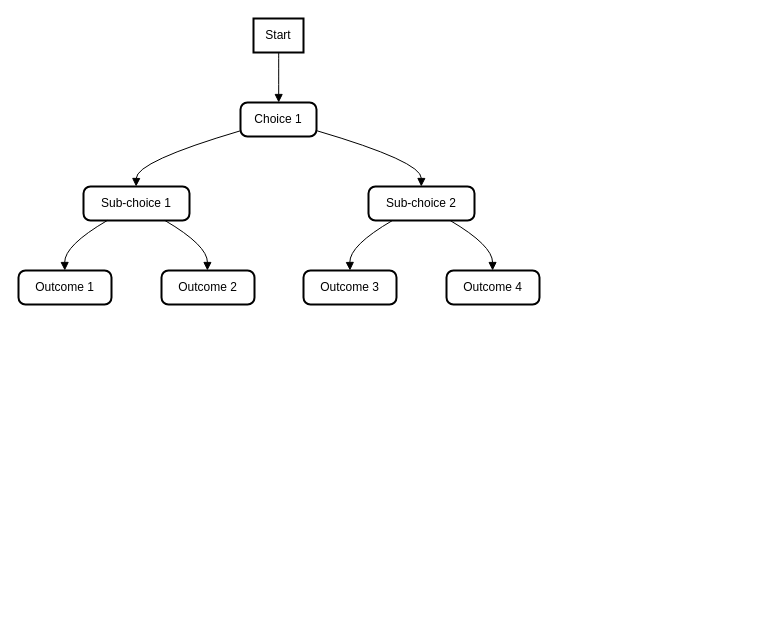
Before: Decision Tree for Taeko VG.drawio in lennasuzaka1988/Taeko-the-Shiba-Inu-Video-Game, a draw.io diagram. Source tidied: cells renumbered, new cells numbered last; positions are measured from the earlier drawing's top-left corner, leaving out a move shared by most shapes. Both pictures are drawn from the tidied source at 100%, with x=0, y=0 at pixel (18, 18).
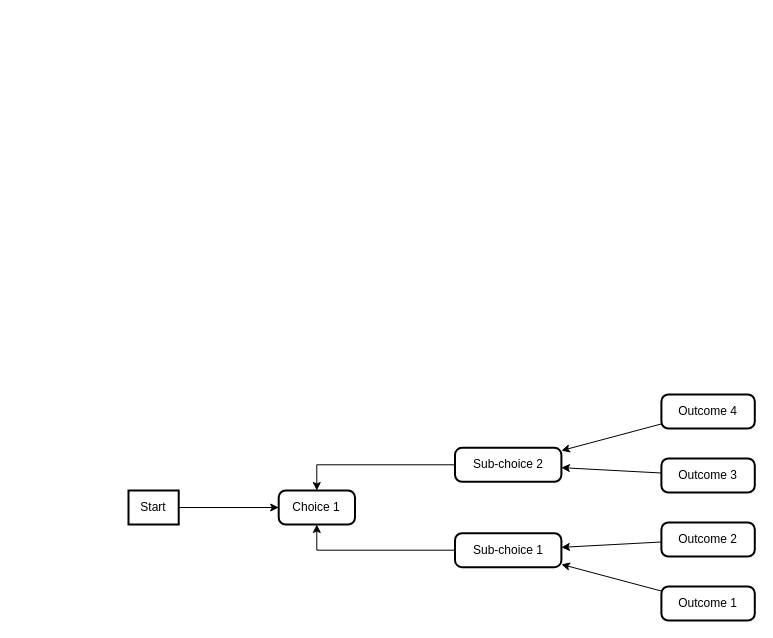
Above is the later version.

Change to the diagram source:
```diff
@@
+    <mxCell id="10" style="edgeStyle=orthogonalEdgeStyle;rounded=0;jettySize=auto;html=1;" parent="1" edge="1" source="2" target="3">
+      <mxGeometry relative="1" as="geometry" />
+    </mxCell>
     <mxCell id="2" value="Start" style="whiteSpace=wrap;strokeWidth=2;" parent="1" vertex="1">
-      <mxGeometry x="235" width="50" height="34" as="geometry" />
+      <mxGeometry x="110" y="472" width="50.2" height="34" as="geometry" />
     </mxCell>
     <mxCell id="3" value="Choice 1" style="rounded=1;absoluteArcSize=1;arcSize=14;whiteSpace=wrap;strokeWidth=2;" parent="1" vertex="1">
-      <mxGeometry x="222" y="84" width="76" height="34" as="geometry" />
+      <mxGeometry x="260.2" y="472" width="76.3" height="34" as="geometry" />
     </mxCell>
+    <mxCell id="17" style="edgeStyle=orthogonalEdgeStyle;rounded=0;jettySize=auto;html=1;" parent="1" edge="1" source="4" target="3">
+      <mxGeometry relative="1" as="geometry" />
+    </mxCell>
     <mxCell id="4" value="Sub-choice 1" style="rounded=1;absoluteArcSize=1;arcSize=14;whiteSpace=wrap;strokeWidth=2;" parent="1" vertex="1">
-      <mxGeometry x="65" y="168" width="106" height="34" as="geometry" />
+      <mxGeometry x="436.5" y="514.7" width="106.4" height="34" as="geometry" />
     </mxCell>
+    <mxCell id="18" style="edgeStyle=orthogonalEdgeStyle;rounded=0;jettySize=auto;html=1;" parent="1" edge="1" source="5" target="3">
+      <mxGeometry relative="1" as="geometry" />
+    </mxCell>
     <mxCell id="5" value="Sub-choice 2" style="rounded=1;absoluteArcSize=1;arcSize=14;whiteSpace=wrap;strokeWidth=2;" parent="1" vertex="1">
-      <mxGeometry x="350" y="168" width="106" height="34" as="geometry" />
+      <mxGeometry x="436.5" y="429.3" width="106.4" height="34" as="geometry" />
     </mxCell>
+    <mxCell id="19" style="rounded=0;jettySize=auto;html=1;" parent="1" edge="1" source="6" target="4">
+      <mxGeometry relative="1" as="geometry" />
+    </mxCell>
     <mxCell id="6" value="Outcome 1" style="rounded=1;absoluteArcSize=1;arcSize=14;whiteSpace=wrap;strokeWidth=2;" parent="1" vertex="1">
-      <mxGeometry y="252" width="93" height="34" as="geometry" />
+      <mxGeometry x="642.9" y="568" width="93.4" height="34" as="geometry" />
     </mxCell>
+    <mxCell id="20" style="rounded=0;jettySize=auto;html=1;" parent="1" edge="1" source="7" target="4">
+      <mxGeometry relative="1" as="geometry" />
+    </mxCell>
     <mxCell id="7" value="Outcome 2" style="rounded=1;absoluteArcSize=1;arcSize=14;whiteSpace=wrap;strokeWidth=2;" parent="1" vertex="1">
-      <mxGeometry x="143" y="252" width="93" height="34" as="geometry" />
+      <mxGeometry x="642.9" y="504" width="93.4" height="34" as="geometry" />
     </mxCell>
+    <mxCell id="21" style="rounded=0;jettySize=auto;html=1;" parent="1" edge="1" source="8" target="5">
+      <mxGeometry relative="1" as="geometry" />
+    </mxCell>
     <mxCell id="8" value="Outcome 3" style="rounded=1;absoluteArcSize=1;arcSize=14;whiteSpace=wrap;strokeWidth=2;" parent="1" vertex="1">
-      <mxGeometry x="285" y="252" width="93" height="34" as="geometry" />
+      <mxGeometry x="642.9" y="440" width="93.4" height="34" as="geometry" />
     </mxCell>
+    <mxCell id="22" style="rounded=0;jettySize=auto;html=1;" parent="1" edge="1" source="9" target="5">
+      <mxGeometry relative="1" as="geometry" />
+    </mxCell>
     <mxCell id="9" value="Outcome 4" style="rounded=1;absoluteArcSize=1;arcSize=14;whiteSpace=wrap;strokeWidth=2;" parent="1" vertex="1">
-      <mxGeometry x="428" y="252" width="93" height="34" as="geometry" />
+      <mxGeometry x="642.9" y="376" width="93.4" height="34" as="geometry" />
     </mxCell>
-    <mxCell id="10" style="curved=1;startArrow=none;endArrow=block;exitX=0.5039999389648437;exitY=1;entryX=0.5026315387926603;entryY=0;" parent="1" edge="1" source="2" target="3">
-      <mxGeometry relative="1" as="geometry" />
-    </mxCell>
-    <mxCell id="11" style="curved=1;startArrow=none;endArrow=block;exitX=0.0005482121517783717;exitY=0.8305523462970695;entryX=0.4962264006992556;entryY=0;" parent="1" edge="1" source="3" target="4">
-      <mxGeometry relative="1" as="geometry">
-        <Array as="points">
-          <mxPoint x="118" y="143" />
-        </Array>
-      </mxGeometry>
-    </mxCell>
-    <mxCell id="12" style="curved=1;startArrow=none;endArrow=block;exitX=1.0047148654335423;exitY=0.8305523462970695;entryX=0.49811316436191777;entryY=0;" parent="1" edge="1" source="3" target="5">
-      <mxGeometry relative="1" as="geometry">
-        <Array as="points">
-          <mxPoint x="403" y="143" />
-        </Array>
-      </mxGeometry>
-    </mxCell>
-    <mxCell id="13" style="curved=1;startArrow=none;endArrow=block;exitX=0.2239667450321331;exitY=1;entryX=0.4978494541619414;entryY=0;" parent="1" edge="1" source="4" target="6">
-      <mxGeometry relative="1" as="geometry">
-        <Array as="points">
-          <mxPoint x="46" y="227" />
-        </Array>
-      </mxGeometry>
-    </mxCell>
-    <mxCell id="14" style="curved=1;startArrow=none;endArrow=block;exitX=0.768486056366378;exitY=1;entryX=0.49354836248582407;entryY=0;" parent="1" edge="1" source="4" target="7">
-      <mxGeometry relative="1" as="geometry">
-        <Array as="points">
-          <mxPoint x="189" y="227" />
-        </Array>
-      </mxGeometry>
-    </mxCell>
-    <mxCell id="15" style="curved=1;startArrow=none;endArrow=block;exitX=0.22585350869479512;exitY=1;entryX=0.4999999589817498;entryY=0;" parent="1" edge="1" source="5" target="8">
-      <mxGeometry relative="1" as="geometry">
-        <Array as="points">
-          <mxPoint x="331" y="227" />
-        </Array>
-      </mxGeometry>
-    </mxCell>
-    <mxCell id="16" style="curved=1;startArrow=none;endArrow=block;exitX=0.7703728200290404;exitY=1;entryX=0.49569886730563256;entryY=0;" parent="1" edge="1" source="5" target="9">
-      <mxGeometry relative="1" as="geometry">
-        <Array as="points">
-          <mxPoint x="474" y="227" />
-        </Array>
-      </mxGeometry>
-    </mxCell>
```
